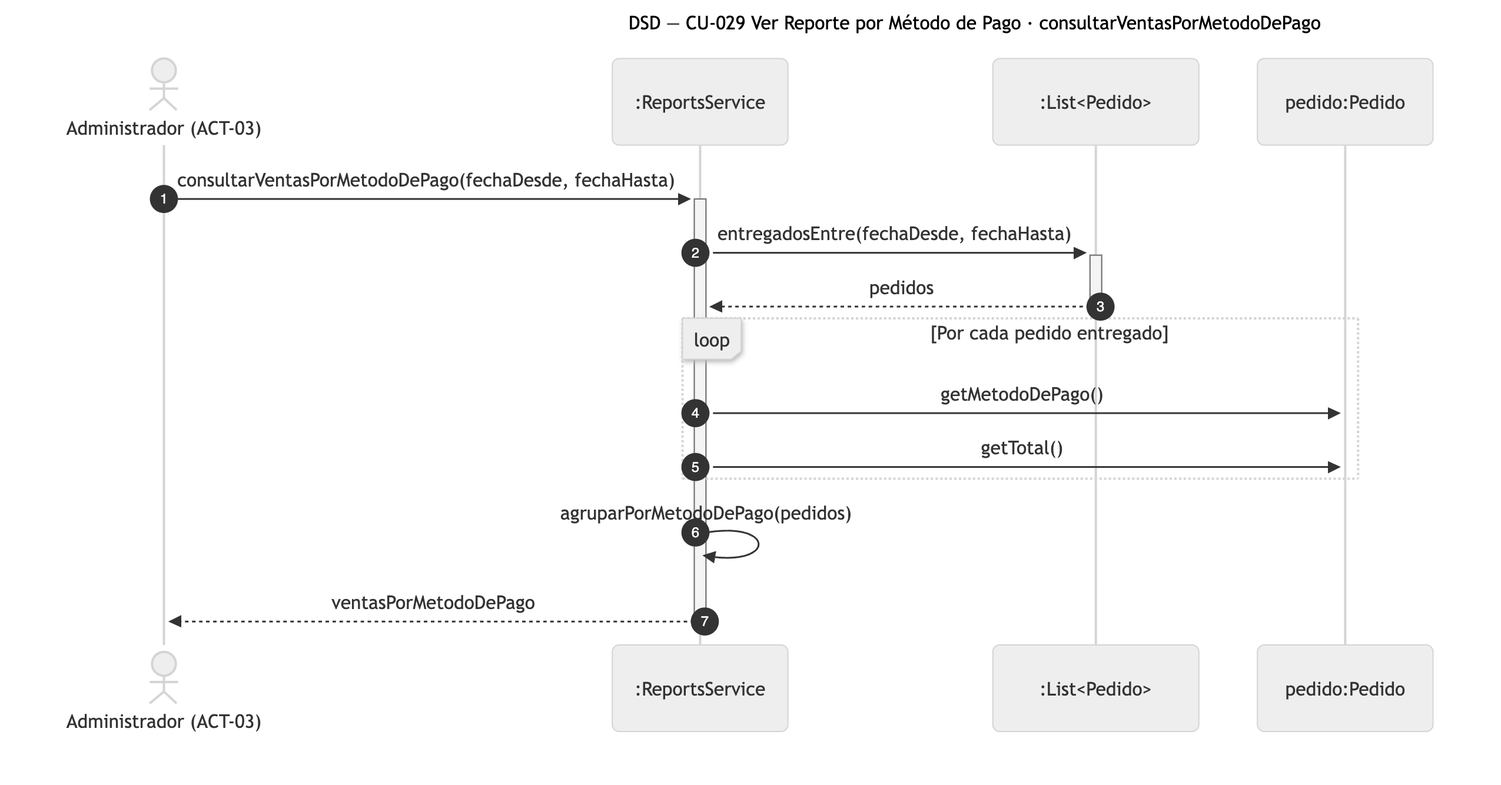
Earlier version of the Mermaid export diagramas/png/DSD_CU-029_consultarVentasPorMetodoDePago.png (Nahuelito-Dev/splg-docs). Its source is kept beside it as diagramas/DSD_CU-029_consultarVentasPorMetodoDePago.mmd.
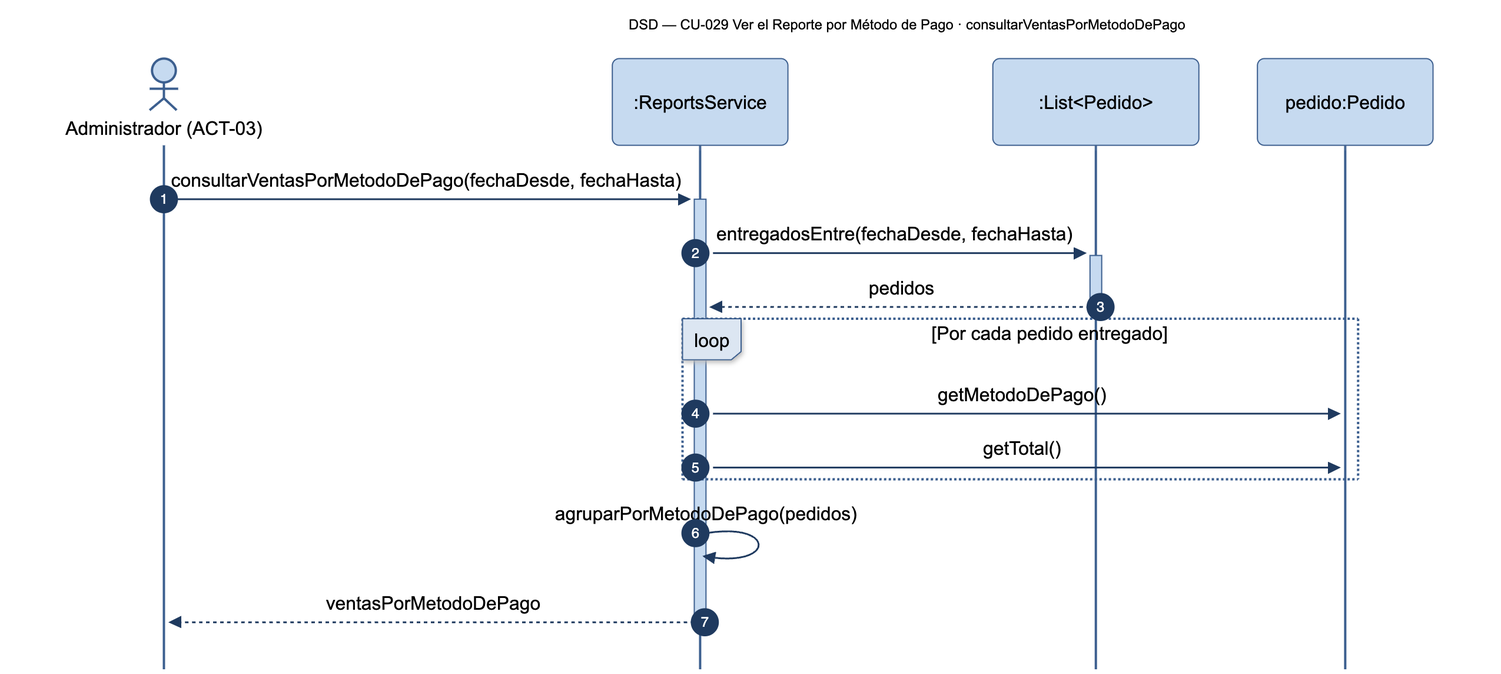
The same file after the commit.

Change to the diagram source:
```diff
@@ -1,5 +1,5 @@
 sequenceDiagram
-    title DSD — CU-029 Ver Reporte por Método de Pago · consultarVentasPorMetodoDePago
+    title DSD — CU-029 Ver el Reporte por Método de Pago · consultarVentasPorMetodoDePago
     autonumber
     actor ADM as Administrador (ACT-03)
     participant SRV as :ReportsService
```
